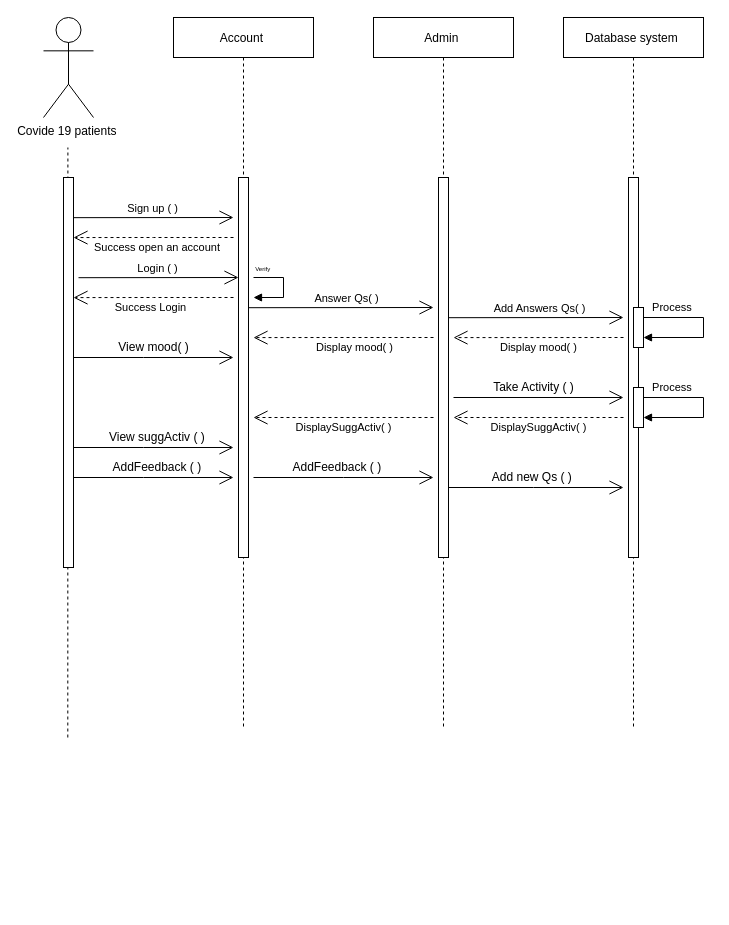
The draw.io diagram SeqDia_GP.drawio in Alaa-salm/lolo, before the edit. Source tidied: cells renumbered, new cells numbered last; positions are measured from the earlier drawing's top-left corner, leaving out a move shared by most shapes. Both pictures are drawn from the tidied source at 100%, with x=0, y=0 at pixel (43, 17).
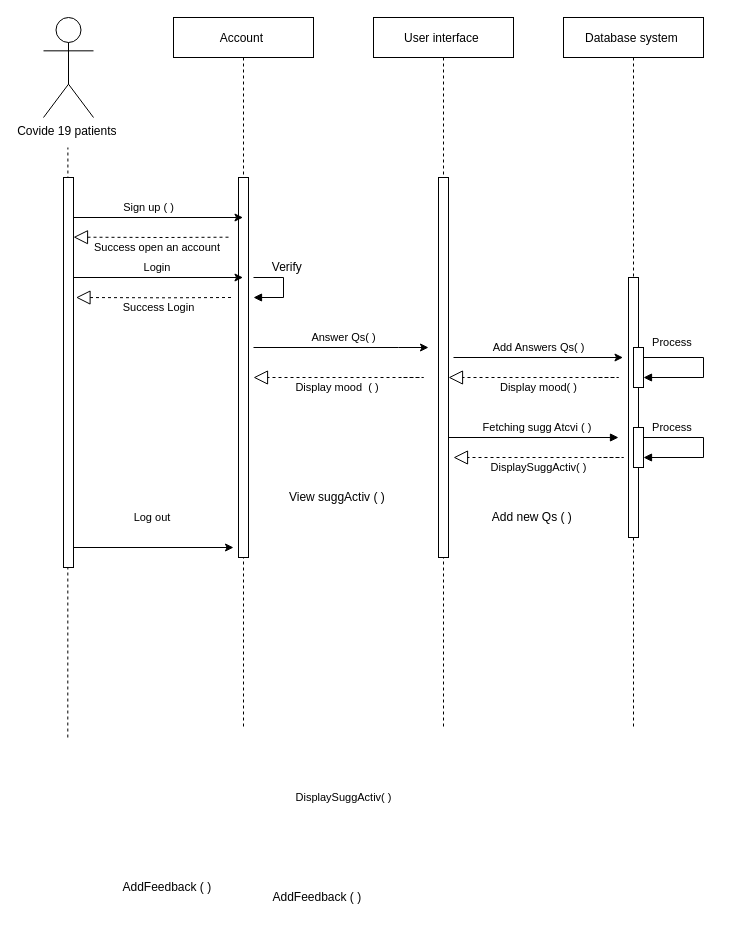
Above is the later version.

Unchanged cells that the change refers to:
```xml
<mxCell id="2" value="Database system " style="shape=umlLifeline;perimeter=lifelinePerimeter;rounded=0;shadow=0;strokeWidth=1;" parent="1" vertex="1">
  <mxGeometry x="520" width="140" height="710" as="geometry" />
</mxCell>
<mxCell id="17" style="html=1;points=[];perimeter=orthogonalPerimeter;labelBorderColor=none;" parent="1" vertex="1">
  <mxGeometry x="20" y="160" width="10" height="390" as="geometry" />
</mxCell>
<mxCell id="18" value="Account " style="shape=umlLifeline;perimeter=lifelinePerimeter;rounded=0;shadow=0;strokeWidth=1;" parent="1" vertex="1">
  <mxGeometry x="130" width="140" height="710" as="geometry" />
</mxCell>
```

Diff of the diagram source:
```diff
@@
     <mxCell id="3" style="perimeter=orthogonalPerimeter;rounded=0;shadow=0;strokeWidth=1;" parent="2" vertex="1">
-      <mxGeometry x="65" y="160" width="10" height="380" as="geometry" />
+      <mxGeometry x="65" y="260" width="10" height="260" as="geometry" />
     </mxCell>
     <mxCell id="4" style="html=1;perimeter=orthogonalPerimeter;labelBorderColor=none;" parent="2" vertex="1">
-      <mxGeometry x="70" y="290" width="10" height="40" as="geometry" />
+      <mxGeometry x="70" y="330" width="10" height="40" as="geometry" />
     </mxCell>
     <mxCell id="5" style="html=1;perimeter=orthogonalPerimeter;labelBorderColor=none;" parent="2" vertex="1">
-      <mxGeometry x="70" y="370" width="10" height="40" as="geometry" />
+      <mxGeometry x="70" y="410" width="10" height="40" as="geometry" />
     </mxCell>
-    <mxCell id="6" value="DisplaySuggActiv( )" style="endArrow=open;endSize=12;dashed=1;html=1;rounded=0;" parent="2" edge="1">
-      <mxGeometry y="10" relative="1" as="geometry">
-        <mxPoint x="60" y="400" as="sourcePoint" />
-        <mxPoint x="-110" y="400" as="targetPoint" />
-      </mxGeometry>
-    </mxCell>
-    <mxCell id="7" value="Display mood( )" style="endArrow=open;endSize=12;dashed=1;html=1;rounded=0;entryX=1;entryY=0.154;entryDx=0;entryDy=0;entryPerimeter=0;" parent="2" edge="1">
-      <mxGeometry y="10" relative="1" as="geometry">
-        <mxPoint x="60" y="320" as="sourcePoint" />
-        <mxPoint x="-110" y="320.1" as="targetPoint" />
-      </mxGeometry>
-    </mxCell>
-    <mxCell id="8" style="endArrow=open;endFill=1;endSize=12;html=1;rounded=0;" parent="2" edge="1">
-      <mxGeometry relative="1" as="geometry">
-        <mxPoint x="-120" y="470" as="sourcePoint" />
-        <mxPoint x="60" y="470" as="targetPoint" />
-        <Array as="points">
-          <mxPoint x="-30" y="470" />
-        </Array>
-      </mxGeometry>
-    </mxCell>
     <mxCell id="9" value="&lt;span style=&quot;font-size: 11px ; text-align: left ; background-color: rgb(255 , 255 , 255)&quot;&gt;Process&amp;nbsp;&lt;/span&gt;" style="text;html=1;align=center;verticalAlign=middle;strokeColor=none;fillColor=none;" parent="2" vertex="1">
-      <mxGeometry x="80" y="280" width="60" height="20" as="geometry" />
+      <mxGeometry x="80" y="315" width="60" height="20" as="geometry" />
     </mxCell>
     <mxCell id="10" value="&lt;span style=&quot;font-size: 11px ; text-align: left ; background-color: rgb(255 , 255 , 255)&quot;&gt;Process&amp;nbsp;&lt;/span&gt;" style="text;html=1;align=center;verticalAlign=middle;strokeColor=none;fillColor=none;" parent="2" vertex="1">
-      <mxGeometry x="80" y="360" width="60" height="20" as="geometry" />
+      <mxGeometry x="80" y="400" width="60" height="20" as="geometry" />
     </mxCell>
+    <mxCell id="31" style="edgeStyle=orthogonalEdgeStyle;html=1;align=left;spacingLeft=2;endArrow=block;rounded=0;" parent="2" edge="1">
+      <mxGeometry x="-0.71" y="10" relative="1" as="geometry">
+        <mxPoint x="80" y="340" as="sourcePoint" />
+        <mxPoint x="80" y="360" as="targetPoint" />
+        <Array as="points">
+          <mxPoint x="140" y="340" />
+          <mxPoint x="140" y="360" />
+        </Array>
+      </mxGeometry>
+    </mxCell>
+    <mxCell id="37" style="edgeStyle=orthogonalEdgeStyle;html=1;align=left;spacingLeft=2;endArrow=block;rounded=0;" parent="2" edge="1">
+      <mxGeometry x="-0.86" y="10" relative="1" as="geometry">
+        <mxPoint x="80" y="420" as="sourcePoint" />
+        <mxPoint x="80" y="440" as="targetPoint" />
+        <Array as="points">
+          <mxPoint x="140" y="420" />
+          <mxPoint x="140" y="440" />
+        </Array>
+      </mxGeometry>
+    </mxCell>
+    <mxCell id="47" style="endArrow=classic;html=1;rounded=0;fontSize=11;" parent="2" edge="1">
+      <mxGeometry relative="1" as="geometry">
+        <mxPoint x="-110" y="340" as="sourcePoint" />
+        <mxPoint x="59.5" y="340" as="targetPoint" />
+      </mxGeometry>
+    </mxCell>
+    <mxCell id="48" style="endArrow=block;dashed=1;endFill=0;endSize=12;html=1;rounded=0;fontSize=11;" parent="2" edge="1">
+      <mxGeometry relative="1" as="geometry">
+        <mxPoint x="40" y="440" as="sourcePoint" />
+        <mxPoint x="-110" y="440" as="targetPoint" />
+        <Array as="points">
+          <mxPoint x="50" y="440" />
+          <mxPoint x="60" y="440" />
+          <mxPoint x="40" y="440" />
+        </Array>
+      </mxGeometry>
+    </mxCell>
+    <mxCell id="49" value="&lt;span style=&quot;background-color: rgb(255 , 255 , 255)&quot;&gt;DisplaySuggActiv( )&lt;/span&gt;" style="text;html=1;align=center;verticalAlign=middle;strokeColor=none;fillColor=none;fontSize=11;" parent="2" vertex="1">
+      <mxGeometry x="-80" y="440" width="110" height="20" as="geometry" />
+    </mxCell>
-    <mxCell id="11" value="Admin " style="shape=umlLifeline;perimeter=lifelinePerimeter;rounded=0;shadow=0;strokeWidth=1;" parent="1" vertex="1">
+    <mxCell id="11" value="User interface " style="shape=umlLifeline;perimeter=lifelinePerimeter;rounded=0;shadow=0;strokeWidth=1;" parent="1" vertex="1">
       <mxGeometry x="330" width="140" height="710" as="geometry" />
     </mxCell>
@@
-    <mxCell id="13" style="endArrow=open;endFill=1;endSize=12;html=1;rounded=0;exitX=1;exitY=0.103;exitDx=0;exitDy=0;exitPerimeter=0;" parent="11" edge="1">
-      <mxGeometry relative="1" as="geometry">
-        <mxPoint x="75" y="300.2" as="sourcePoint" />
-        <mxPoint x="250" y="300" as="targetPoint" />
-      </mxGeometry>
-    </mxCell>
-    <mxCell id="14" value="Add Answers Qs( )" style="edgeLabel;html=1;align=center;verticalAlign=middle;" parent="13" vertex="1">
-      <mxGeometry x="0.55" y="-7" relative="1" as="geometry">
-        <mxPoint x="-46" y="-17" as="offset" />
-      </mxGeometry>
-    </mxCell>
+    <mxCell id="50" style="endArrow=classic;html=1;rounded=0;fontSize=11;" parent="11" edge="1">
+      <mxGeometry relative="1" as="geometry">
+        <mxPoint x="-120" y="330" as="sourcePoint" />
+        <mxPoint x="55" y="330" as="targetPoint" />
+        <Array as="points">
+          <mxPoint x="25" y="330" />
+        </Array>
+      </mxGeometry>
+    </mxCell>
+    <mxCell id="21" value="&lt;span style=&quot;background-color: rgb(255 , 255 , 255)&quot;&gt;Answer Qs( )&lt;/span&gt;" style="text;html=1;align=center;verticalAlign=middle;strokeColor=none;fillColor=none;fontSize=11;" parent="11" vertex="1">
+      <mxGeometry x="-70" y="310" width="80" height="20" as="geometry" />
+    </mxCell>
+    <mxCell id="51" style="endArrow=block;dashed=1;endFill=0;endSize=12;html=1;rounded=0;fontSize=11;" parent="11" edge="1">
+      <mxGeometry relative="1" as="geometry">
+        <mxPoint x="30" y="360" as="sourcePoint" />
+        <mxPoint x="-120" y="360" as="targetPoint" />
+        <Array as="points">
+          <mxPoint x="40" y="360" />
+          <mxPoint x="50" y="360" />
+          <mxPoint x="30" y="360" />
+        </Array>
+      </mxGeometry>
+    </mxCell>
@@
-    <mxCell id="20" style="endArrow=open;endFill=1;endSize=12;html=1;rounded=0;exitX=1;exitY=0.103;exitDx=0;exitDy=0;exitPerimeter=0;" parent="18" edge="1">
-      <mxGeometry relative="1" as="geometry">
-        <mxPoint x="75" y="290.2" as="sourcePoint" />
-        <mxPoint x="260" y="290" as="targetPoint" />
-      </mxGeometry>
-    </mxCell>
-    <mxCell id="21" value="Answer Qs( )" style="edgeLabel;html=1;align=center;verticalAlign=middle;" parent="20" vertex="1">
-      <mxGeometry x="0.55" y="-7" relative="1" as="geometry">
-        <mxPoint x="-46" y="-17" as="offset" />
-      </mxGeometry>
-    </mxCell>
-    <mxCell id="22" style="endArrow=open;endFill=1;endSize=12;html=1;rounded=0;" parent="18" edge="1">
-      <mxGeometry relative="1" as="geometry">
-        <mxPoint x="-100" y="460" as="sourcePoint" />
-        <mxPoint x="60" y="460" as="targetPoint" />
-        <Array as="points">
-          <mxPoint x="-30" y="460" />
-        </Array>
-      </mxGeometry>
-    </mxCell>
@@
+    <mxCell id="26" style="edgeStyle=orthogonalEdgeStyle;html=1;align=left;spacingLeft=2;endArrow=block;rounded=0;" parent="18" edge="1">
+      <mxGeometry x="-0.6" y="10" relative="1" as="geometry">
+        <mxPoint x="80" y="260" as="sourcePoint" />
+        <mxPoint x="80" y="280" as="targetPoint" />
+        <Array as="points">
+          <mxPoint x="110" y="260" />
+          <mxPoint x="110" y="280" />
+        </Array>
+      </mxGeometry>
+    </mxCell>
+    <mxCell id="27" value="&lt;span style=&quot;text-align: left; background-color: rgb(255, 255, 255); font-size: 12px;&quot;&gt;&lt;font style=&quot;font-size: 12px;&quot;&gt;Verify&amp;nbsp;&lt;/font&gt;&lt;/span&gt;" style="text;html=1;align=center;verticalAlign=middle;points=[];strokeColor=none;fillColor=none;fontSize=12;" parent="18" vertex="1">
+      <mxGeometry x="90" y="240" width="50" height="20" as="geometry" />
+    </mxCell>
+    <mxCell id="41" value="&lt;span&gt;AddFeedback ( )&amp;nbsp;&lt;/span&gt;" style="text;html=1;align=center;verticalAlign=middle;strokeColor=none;fillColor=none;" parent="1" vertex="1">
+      <mxGeometry x="70" y="860" width="110" height="20" as="geometry" />
+    </mxCell>
+    <mxCell id="42" value="Add new Qs ( )&amp;nbsp;" style="text;html=1;align=center;verticalAlign=middle;strokeColor=none;fillColor=none;" parent="1" vertex="1">
+      <mxGeometry x="440" y="490" width="100" height="20" as="geometry" />
+    </mxCell>
+    <mxCell id="46" style="edgeStyle=elbowEdgeStyle;elbow=horizontal;endArrow=classic;html=1;rounded=0;" parent="1" edge="1" source="18" target="18">
+      <mxGeometry relative="1" as="geometry">
+        <Array as="points">
+          <mxPoint x="260" y="370" />
+          <mxPoint x="320" y="355" />
+          <mxPoint x="280" y="365" />
+          <mxPoint x="260" y="355" />
+        </Array>
+      </mxGeometry>
+    </mxCell>
+    <mxCell id="29" value="&lt;span style=&quot;background-color: rgb(255 , 255 , 255)&quot;&gt;Sign up ( )&lt;/span&gt;" style="text;html=1;align=center;verticalAlign=middle;strokeColor=none;fillColor=none;fontSize=11;" parent="1" vertex="1">
+      <mxGeometry x="70" y="180" width="70" height="20" as="geometry" />
+    </mxCell>
+    <mxCell id="52" style="endArrow=block;dashed=1;endFill=0;endSize=12;html=1;rounded=0;fontSize=11;entryX=1;entryY=0.153;entryDx=0;entryDy=0;entryPerimeter=0;" parent="1" edge="1" target="17">
+      <mxGeometry relative="1" as="geometry">
+        <mxPoint x="185" y="219.7" as="sourcePoint" />
+        <Array as="points">
+          <mxPoint x="120" y="220" />
+        </Array>
+      </mxGeometry>
+    </mxCell>
+    <mxCell id="53" style="endArrow=classic;html=1;rounded=0;fontSize=11;" parent="1" edge="1" target="18">
+      <mxGeometry relative="1" as="geometry">
+        <mxPoint x="30" y="200" as="sourcePoint" />
+      </mxGeometry>
+    </mxCell>
+    <mxCell id="54" style="endArrow=classic;html=1;rounded=0;fontSize=11;" parent="1" edge="1">
+      <mxGeometry relative="1" as="geometry">
+        <mxPoint x="30" y="260" as="sourcePoint" />
+        <mxPoint x="199.5" y="260" as="targetPoint" />
+      </mxGeometry>
+    </mxCell>
+    <mxCell id="55" value="Login&amp;nbsp;" style="text;html=1;align=center;verticalAlign=middle;strokeColor=none;fillColor=none;fontSize=11;" parent="1" vertex="1">
+      <mxGeometry x="90" y="240" width="50" height="20" as="geometry" />
+    </mxCell>
+    <mxCell id="43" value="&lt;span style=&quot;background-color: rgb(255 , 255 , 255)&quot;&gt;Success Login&lt;/span&gt;" style="text;html=1;align=center;verticalAlign=middle;strokeColor=none;fillColor=none;fontSize=11;" parent="1" vertex="1">
+      <mxGeometry x="70" y="280" width="90" height="20" as="geometry" />
+    </mxCell>
+    <mxCell id="56" style="endArrow=block;dashed=1;endFill=0;endSize=12;html=1;rounded=0;fontSize=11;entryX=1;entryY=0.153;entryDx=0;entryDy=0;entryPerimeter=0;" parent="1" edge="1">
+      <mxGeometry relative="1" as="geometry">
+        <mxPoint x="187.5" y="280" as="sourcePoint" />
+        <mxPoint x="32.5" y="280" as="targetPoint" />
+        <Array as="points">
+          <mxPoint x="122.5" y="280.3" />
+        </Array>
+      </mxGeometry>
+    </mxCell>
+    <mxCell id="57" value="Log out&amp;nbsp;" style="text;html=1;align=center;verticalAlign=middle;strokeColor=none;fillColor=none;fontSize=11;" parent="1" vertex="1">
+      <mxGeometry x="80" y="490" width="60" height="20" as="geometry" />
+    </mxCell>
+    <mxCell id="58" style="endArrow=classic;html=1;rounded=0;fontSize=11;" parent="1" edge="1">
+      <mxGeometry relative="1" as="geometry">
+        <mxPoint x="30" y="530" as="sourcePoint" />
+        <mxPoint x="190" y="530" as="targetPoint" />
+      </mxGeometry>
+    </mxCell>
+    <mxCell id="14" value="&lt;span style=&quot;background-color: rgb(255 , 255 , 255)&quot;&gt;Add Answers Qs( )&lt;/span&gt;" style="text;html=1;align=center;verticalAlign=middle;strokeColor=none;fillColor=none;fontSize=11;" parent="1" vertex="1">
+      <mxGeometry x="440" y="320" width="110" height="20" as="geometry" />
+    </mxCell>
+    <mxCell id="59" value="&lt;span style=&quot;background-color: rgb(255 , 255 , 255)&quot;&gt;Display mood( )&lt;/span&gt;" style="text;html=1;align=center;verticalAlign=middle;strokeColor=none;fillColor=none;fontSize=11;" parent="1" vertex="1">
+      <mxGeometry x="450" y="360" width="90" height="20" as="geometry" />
+    </mxCell>
+    <mxCell id="60" style="endArrow=block;dashed=1;endFill=0;endSize=12;html=1;rounded=0;fontSize=11;" parent="1" edge="1">
+      <mxGeometry relative="1" as="geometry">
+        <mxPoint x="555" y="360" as="sourcePoint" />
+        <mxPoint x="405" y="360" as="targetPoint" />
+        <Array as="points">
+          <mxPoint x="565" y="360" />
+          <mxPoint x="575" y="360" />
+          <mxPoint x="555" y="360" />
+        </Array>
+      </mxGeometry>
+    </mxCell>
+    <mxCell id="61" value="Display mood &amp;nbsp;( )&amp;nbsp;" style="text;html=1;align=center;verticalAlign=middle;strokeColor=none;fillColor=none;fontSize=11;" parent="1" vertex="1">
+      <mxGeometry x="245" y="360" width="100" height="20" as="geometry" />
+    </mxCell>
+    <mxCell id="62" style="endArrow=block;endFill=1;html=1;edgeStyle=orthogonalEdgeStyle;align=left;verticalAlign=top;rounded=0;fontSize=11;" parent="1" edge="1">
+      <mxGeometry x="-1" y="-96" relative="1" as="geometry">
+        <mxPoint x="405" y="420" as="sourcePoint" />
+        <mxPoint x="575" y="420" as="targetPoint" />
+        <mxPoint x="-65" y="-26" as="offset" />
+      </mxGeometry>
+    </mxCell>
-    <mxCell id="24" value="View suggActiv ( )&amp;nbsp;" style="text;html=1;align=center;verticalAlign=middle;strokeColor=none;fillColor=none;" parent="18" vertex="1">
-      <mxGeometry x="-70" y="410" width="110" height="20" as="geometry" />
+    <mxCell id="24" value="View suggActiv ( )&amp;nbsp;" style="text;html=1;align=center;verticalAlign=middle;strokeColor=none;fillColor=none;" parent="1" vertex="1">
+      <mxGeometry x="240" y="470" width="110" height="20" as="geometry" />
     </mxCell>
-    <mxCell id="25" value="AddFeedback ( )&amp;nbsp;" style="text;html=1;align=center;verticalAlign=middle;strokeColor=none;fillColor=none;" parent="18" vertex="1">
-      <mxGeometry x="-70" y="440" width="110" height="20" as="geometry" />
+    <mxCell id="25" value="AddFeedback ( )&amp;nbsp;" style="text;html=1;align=center;verticalAlign=middle;strokeColor=none;fillColor=none;" parent="1" vertex="1">
+      <mxGeometry x="220" y="870" width="110" height="20" as="geometry" />
     </mxCell>
-    <mxCell id="26" style="edgeStyle=orthogonalEdgeStyle;html=1;align=left;spacingLeft=2;endArrow=block;rounded=0;exitX=0.167;exitY=1;exitDx=0;exitDy=0;exitPerimeter=0;" parent="18" edge="1" source="27">
-      <mxGeometry x="-0.6" y="10" relative="1" as="geometry">
-        <mxPoint x="80" y="280" as="targetPoint" />
-        <Array as="points">
-          <mxPoint x="110" y="260" />
-          <mxPoint x="110" y="280" />
-        </Array>
-      </mxGeometry>
-    </mxCell>
-    <mxCell id="27" value="&lt;span style=&quot;text-align: left ; background-color: rgb(255 , 255 , 255)&quot;&gt;&lt;font style=&quot;font-size: 6px&quot;&gt;Verify&amp;nbsp;&lt;/font&gt;&lt;/span&gt;" style="text;html=1;align=center;verticalAlign=middle;points=[];strokeColor=none;fillColor=none;" parent="18" vertex="1">
-      <mxGeometry x="75" y="240" width="30" height="20" as="geometry" />
-    </mxCell>
-    <mxCell id="28" style="endArrow=open;endFill=1;endSize=12;html=1;rounded=0;exitX=1;exitY=0.103;exitDx=0;exitDy=0;exitPerimeter=0;" parent="1" edge="1" source="17">
-      <mxGeometry relative="1" as="geometry">
-        <mxPoint x="190" y="200" as="targetPoint" />
-      </mxGeometry>
-    </mxCell>
-    <mxCell id="29" value="Sign up ( )" style="edgeLabel;html=1;align=center;verticalAlign=middle;" parent="28" vertex="1">
-      <mxGeometry x="0.55" y="-7" relative="1" as="geometry">
-        <mxPoint x="-46" y="-17" as="offset" />
-      </mxGeometry>
-    </mxCell>
-    <mxCell id="30" style="endArrow=open;endSize=12;dashed=1;html=1;rounded=0;entryX=1;entryY=0.154;entryDx=0;entryDy=0;entryPerimeter=0;" parent="1" edge="1" target="17">
-      <mxGeometry y="20" relative="1" as="geometry">
-        <mxPoint x="190" y="220" as="sourcePoint" />
-        <Array as="points">
-          <mxPoint x="110" y="220" />
-        </Array>
-      </mxGeometry>
-    </mxCell>
-    <mxCell id="31" style="edgeStyle=orthogonalEdgeStyle;html=1;align=left;spacingLeft=2;endArrow=block;rounded=0;" parent="1" edge="1">
-      <mxGeometry x="-0.71" y="10" relative="1" as="geometry">
-        <mxPoint x="600" y="300" as="sourcePoint" />
-        <mxPoint x="600" y="320" as="targetPoint" />
-        <Array as="points">
-          <mxPoint x="660" y="300" />
-          <mxPoint x="660" y="320" />
-        </Array>
-      </mxGeometry>
-    </mxCell>
-    <mxCell id="32" value="Display mood( )" style="endArrow=open;endSize=12;dashed=1;html=1;rounded=0;entryX=1;entryY=0.154;entryDx=0;entryDy=0;entryPerimeter=0;" parent="1" edge="1">
-      <mxGeometry x="-0.12" y="10" relative="1" as="geometry">
-        <mxPoint x="390" y="320" as="sourcePoint" />
-        <mxPoint x="210" y="320.1" as="targetPoint" />
-        <Array as="points">
-          <mxPoint x="290" y="320" />
-        </Array>
-      </mxGeometry>
-    </mxCell>
-    <mxCell id="33" style="endArrow=open;endFill=1;endSize=12;html=1;rounded=0;" parent="1" edge="1">
-      <mxGeometry relative="1" as="geometry">
-        <mxPoint x="30" y="340" as="sourcePoint" />
-        <mxPoint x="190" y="340" as="targetPoint" />
-        <Array as="points">
-          <mxPoint x="100" y="340" />
-        </Array>
-      </mxGeometry>
-    </mxCell>
-    <mxCell id="34" value="View mood( )" style="text;html=1;align=center;verticalAlign=middle;strokeColor=none;fillColor=none;" parent="1" vertex="1">
-      <mxGeometry x="65" y="320" width="90" height="20" as="geometry" />
-    </mxCell>
-    <mxCell id="35" style="endArrow=open;endFill=1;endSize=12;html=1;rounded=0;" parent="1" edge="1">
-      <mxGeometry relative="1" as="geometry">
-        <mxPoint x="410" y="380" as="sourcePoint" />
-        <mxPoint x="580" y="380" as="targetPoint" />
-      </mxGeometry>
-    </mxCell>
-    <mxCell id="36" value="Take Activity ( )" style="text;html=1;align=center;verticalAlign=middle;strokeColor=none;fillColor=none;" parent="1" vertex="1">
-      <mxGeometry x="440" y="360" width="100" height="20" as="geometry" />
-    </mxCell>
-    <mxCell id="37" style="edgeStyle=orthogonalEdgeStyle;html=1;align=left;spacingLeft=2;endArrow=block;rounded=0;" parent="1" edge="1">
-      <mxGeometry x="-0.86" y="10" relative="1" as="geometry">
-        <mxPoint x="600" y="380" as="sourcePoint" />
-        <mxPoint x="600" y="400" as="targetPoint" />
-        <Array as="points">
-          <mxPoint x="660" y="380" />
-          <mxPoint x="660" y="400" />
-        </Array>
-      </mxGeometry>
-    </mxCell>
-    <mxCell id="38" value="DisplaySuggActiv( )" style="endArrow=open;endSize=12;dashed=1;html=1;rounded=0;" parent="1" edge="1">
-      <mxGeometry y="10" relative="1" as="geometry">
-        <mxPoint x="390" y="400" as="sourcePoint" />
-        <mxPoint x="210" y="400" as="targetPoint" />
-      </mxGeometry>
-    </mxCell>
-    <mxCell id="39" style="endArrow=open;endFill=1;endSize=12;html=1;rounded=0;" parent="1" edge="1">
-      <mxGeometry relative="1" as="geometry">
-        <mxPoint x="30" y="430" as="sourcePoint" />
-        <mxPoint x="190" y="430" as="targetPoint" />
-        <Array as="points">
-          <mxPoint x="100" y="430" />
-        </Array>
-      </mxGeometry>
-    </mxCell>
-    <mxCell id="40" style="endArrow=open;endFill=1;endSize=12;html=1;rounded=0;" parent="1" edge="1">
-      <mxGeometry relative="1" as="geometry">
-        <mxPoint x="210" y="460" as="sourcePoint" />
-        <mxPoint x="390" y="460" as="targetPoint" />
-        <Array as="points">
-          <mxPoint x="300" y="460" />
-          <mxPoint x="350" y="460" />
-          <mxPoint x="340" y="460" />
-        </Array>
-      </mxGeometry>
-    </mxCell>
-    <mxCell id="41" value="&lt;span&gt;AddFeedback ( )&amp;nbsp;&lt;/span&gt;" style="text;html=1;align=center;verticalAlign=middle;strokeColor=none;fillColor=none;" parent="1" vertex="1">
-      <mxGeometry x="240" y="440" width="110" height="20" as="geometry" />
-    </mxCell>
-    <mxCell id="42" value="Add new Qs ( )&amp;nbsp;" style="text;html=1;align=center;verticalAlign=middle;strokeColor=none;fillColor=none;" parent="1" vertex="1">
-      <mxGeometry x="440" y="450" width="100" height="20" as="geometry" />
-    </mxCell>
-    <mxCell id="43" value="Success Login &amp;nbsp;" style="endArrow=open;endSize=12;dashed=1;html=1;rounded=0;entryX=1;entryY=0.154;entryDx=0;entryDy=0;entryPerimeter=0;" parent="1" edge="1">
-      <mxGeometry y="10" relative="1" as="geometry">
-        <mxPoint x="190" y="280" as="sourcePoint" />
-        <mxPoint x="30" y="280.1" as="targetPoint" />
-        <Array as="points">
-          <mxPoint x="110" y="280" />
-        </Array>
-      </mxGeometry>
-    </mxCell>
-    <mxCell id="44" style="endArrow=open;endFill=1;endSize=12;html=1;rounded=0;exitX=1;exitY=0.103;exitDx=0;exitDy=0;exitPerimeter=0;" parent="1" edge="1">
-      <mxGeometry relative="1" as="geometry">
-        <mxPoint x="35" y="260.2" as="sourcePoint" />
-        <mxPoint x="195" y="260" as="targetPoint" />
-      </mxGeometry>
-    </mxCell>
-    <mxCell id="45" value="Login ( )" style="edgeLabel;html=1;align=center;verticalAlign=middle;" parent="44" vertex="1">
-      <mxGeometry x="0.55" y="-7" relative="1" as="geometry">
-        <mxPoint x="-46" y="-17" as="offset" />
-      </mxGeometry>
-    </mxCell>
-    <mxCell id="46" style="edgeStyle=elbowEdgeStyle;elbow=horizontal;endArrow=classic;html=1;rounded=0;" parent="1" edge="1" source="18" target="18">
-      <mxGeometry relative="1" as="geometry">
-        <Array as="points">
-          <mxPoint x="260" y="370" />
-          <mxPoint x="320" y="355" />
-          <mxPoint x="280" y="365" />
-          <mxPoint x="260" y="355" />
-        </Array>
-      </mxGeometry>
-    </mxCell>
+    <mxCell id="63" value="Fetching sugg Atcvi ( )&amp;nbsp;" style="text;html=1;align=center;verticalAlign=middle;strokeColor=none;fillColor=none;fontSize=11;" parent="1" vertex="1">
+      <mxGeometry x="430" y="400" width="130" height="20" as="geometry" />
+    </mxCell>
+    <mxCell id="64" value="&lt;span style=&quot;background-color: rgb(255 , 255 , 255)&quot;&gt;DisplaySuggActiv( )&lt;/span&gt;" style="text;html=1;align=center;verticalAlign=middle;strokeColor=none;fillColor=none;fontSize=11;" parent="1" vertex="1">
+      <mxGeometry x="245" y="770" width="110" height="20" as="geometry" />
+    </mxCell>
```
